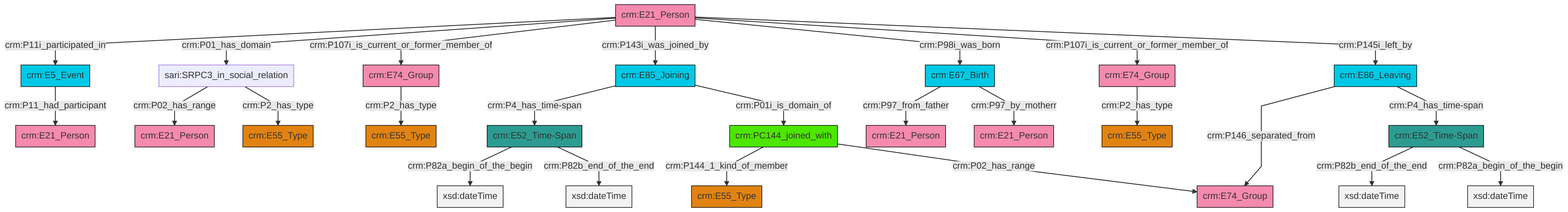
Above: et/personCSV/ttl/mmd/png/Person_Actor_Relations.png in swiss-art-research-net/docs.swissartresearch (Mermaid), before the change. Its source is kept beside it as et/personCSV/ttl/mmd/Person_Actor_Relations.ttl.mmd.
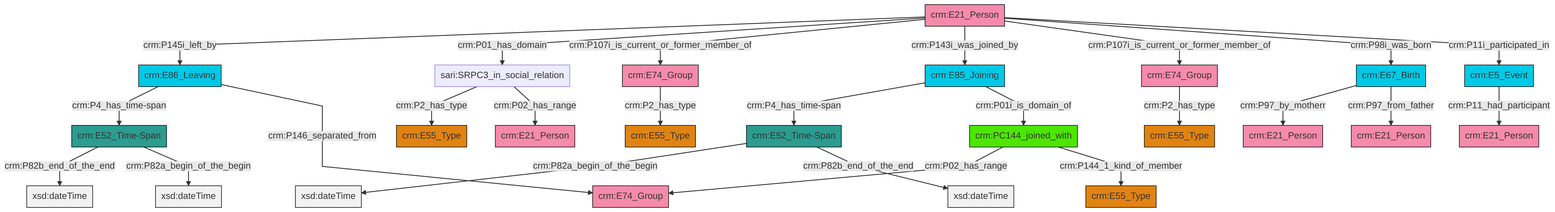
Later version of the same file.

What changed in the source:
```diff
@@ -13,27 +13,27 @@
 classDef PC_Classes fill:#4ce600, stroke:#000000;
 classDef Multi fill:#cccccc,stroke:#000000;
 
-6["crm:E86_Leaving"]:::Temporal_Entity -->|crm:P146_separated_from| 7["crm:E74_Group"]:::Actor
-8["crm:E85_Joining"]:::Temporal_Entity -->|crm:P4_has_time-span| 9["crm:E52_Time-Span"]:::Time-Span
-12["crm:E52_Time-Span"]:::Time-Span -->|crm:P82b_end_of_the_end| 13[xsd:dateTime]:::Literal
-8["crm:E85_Joining"]:::Temporal_Entity -->|crm:P01i_is_domain_of| 14["crm:PC144_joined_with"]:::PC_Classes
-14["crm:PC144_joined_with"]:::PC_Classes -->|crm:P144_1_kind_of_member| 10["crm:E55_Type"]:::Type
-9["crm:E52_Time-Span"]:::Time-Span -->|crm:P82a_begin_of_the_begin| 22[xsd:dateTime]:::Literal
-4["crm:E74_Group"]:::Actor -->|crm:P2_has_type| 0["crm:E55_Type"]:::Type
-25["crm:E21_Person"]:::Actor -->|crm:P11i_participated_in| 26["crm:E5_Event"]:::Temporal_Entity
-25["crm:E21_Person"]:::Actor -->|crm:P01_has_domain| 17["sari:SRPC3_in_social_relation"]:::Default
-25["crm:E21_Person"]:::Actor -->|crm:P107i_is_current_or_former_member_of| 2["crm:E74_Group"]:::Actor
-30["crm:E67_Birth"]:::Temporal_Entity -->|crm:P97_from_father| 31["crm:E21_Person"]:::Actor
-9["crm:E52_Time-Span"]:::Time-Span -->|crm:P82b_end_of_the_end| 32[xsd:dateTime]:::Literal
-6["crm:E86_Leaving"]:::Temporal_Entity -->|crm:P4_has_time-span| 12["crm:E52_Time-Span"]:::Time-Span
-2["crm:E74_Group"]:::Actor -->|crm:P2_has_type| 37["crm:E55_Type"]:::Type
-17["sari:SRPC3_in_social_relation"]:::Default -->|crm:P02_has_range| 20["crm:E21_Person"]:::Actor
-25["crm:E21_Person"]:::Actor -->|crm:P143i_was_joined_by| 8["crm:E85_Joining"]:::Temporal_Entity
-25["crm:E21_Person"]:::Actor -->|crm:P98i_was_born| 30["crm:E67_Birth"]:::Temporal_Entity
-30["crm:E67_Birth"]:::Temporal_Entity -->|crm:P97_by_motherr| 27["crm:E21_Person"]:::Actor
-26["crm:E5_Event"]:::Temporal_Entity -->|crm:P11_had_participant| 15["crm:E21_Person"]:::Actor
-14["crm:PC144_joined_with"]:::PC_Classes -->|crm:P02_has_range| 7["crm:E74_Group"]:::Actor
-25["crm:E21_Person"]:::Actor -->|crm:P107i_is_current_or_former_member_of| 4["crm:E74_Group"]:::Actor
-12["crm:E52_Time-Span"]:::Time-Span -->|crm:P82a_begin_of_the_begin| 46[xsd:dateTime]:::Literal
-25["crm:E21_Person"]:::Actor -->|crm:P145i_left_by| 6["crm:E86_Leaving"]:::Temporal_Entity
-17["sari:SRPC3_in_social_relation"]:::Default -->|crm:P2_has_type| 23["crm:E55_Type"]:::Type
+0["crm:E86_Leaving"]:::Temporal_Entity -->|crm:P4_has_time-span| 1["crm:E52_Time-Span"]:::Time-Span
+4["crm:E52_Time-Span"]:::Time-Span -->|crm:P82a_begin_of_the_begin| 5[xsd:dateTime]:::Literal
+10["crm:E21_Person"]:::Actor -->|crm:P145i_left_by| 0["crm:E86_Leaving"]:::Temporal_Entity
+10["crm:E21_Person"]:::Actor -->|crm:P01_has_domain| 16["sari:SRPC3_in_social_relation"]:::Default
+10["crm:E21_Person"]:::Actor -->|crm:P107i_is_current_or_former_member_of| 21["crm:E74_Group"]:::Actor
+1["crm:E52_Time-Span"]:::Time-Span -->|crm:P82b_end_of_the_end| 22[xsd:dateTime]:::Literal
+4["crm:E52_Time-Span"]:::Time-Span -->|crm:P82b_end_of_the_end| 23[xsd:dateTime]:::Literal
+16["sari:SRPC3_in_social_relation"]:::Default -->|crm:P2_has_type| 17["crm:E55_Type"]:::Type
+10["crm:E21_Person"]:::Actor -->|crm:P143i_was_joined_by| 25["crm:E85_Joining"]:::Temporal_Entity
+10["crm:E21_Person"]:::Actor -->|crm:P107i_is_current_or_former_member_of| 30["crm:E74_Group"]:::Actor
+25["crm:E85_Joining"]:::Temporal_Entity -->|crm:P4_has_time-span| 4["crm:E52_Time-Span"]:::Time-Span
+31["crm:E67_Birth"]:::Temporal_Entity -->|crm:P97_by_motherr| 32["crm:E21_Person"]:::Actor
+28["crm:E5_Event"]:::Temporal_Entity -->|crm:P11_had_participant| 2["crm:E21_Person"]:::Actor
+10["crm:E21_Person"]:::Actor -->|crm:P98i_was_born| 31["crm:E67_Birth"]:::Temporal_Entity
+1["crm:E52_Time-Span"]:::Time-Span -->|crm:P82a_begin_of_the_begin| 36[xsd:dateTime]:::Literal
+38["crm:PC144_joined_with"]:::PC_Classes -->|crm:P02_has_range| 14["crm:E74_Group"]:::Actor
+10["crm:E21_Person"]:::Actor -->|crm:P11i_participated_in| 28["crm:E5_Event"]:::Temporal_Entity
+21["crm:E74_Group"]:::Actor -->|crm:P2_has_type| 6["crm:E55_Type"]:::Type
+38["crm:PC144_joined_with"]:::PC_Classes -->|crm:P144_1_kind_of_member| 26["crm:E55_Type"]:::Type
+30["crm:E74_Group"]:::Actor -->|crm:P2_has_type| 8["crm:E55_Type"]:::Type
+25["crm:E85_Joining"]:::Temporal_Entity -->|crm:P01i_is_domain_of| 38["crm:PC144_joined_with"]:::PC_Classes
+31["crm:E67_Birth"]:::Temporal_Entity -->|crm:P97_from_father| 12["crm:E21_Person"]:::Actor
+16["sari:SRPC3_in_social_relation"]:::Default -->|crm:P02_has_range| 44["crm:E21_Person"]:::Actor
+0["crm:E86_Leaving"]:::Temporal_Entity -->|crm:P146_separated_from| 14["crm:E74_Group"]:::Actor
```
